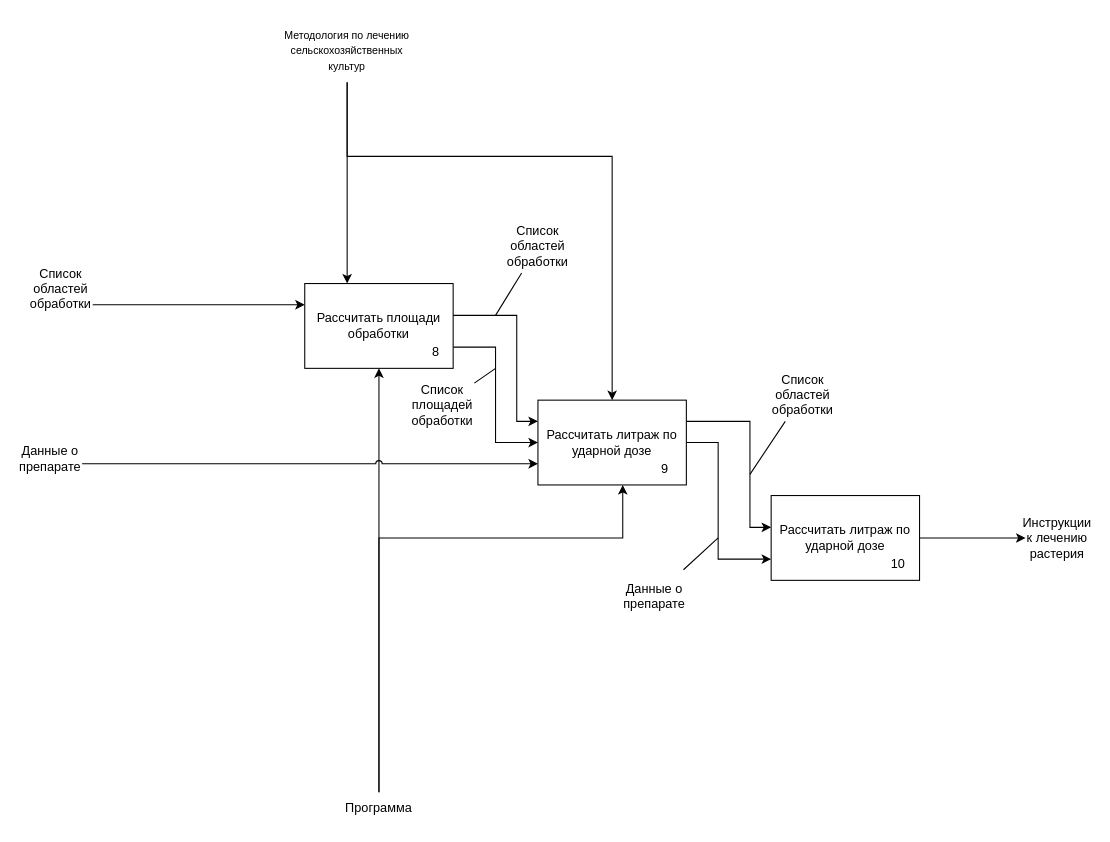
Above: coursework/diagrams/IDEF0_4.drawio in ThomasCharester/KursuchShop (draw.io), before the change. Source tidied: cells renumbered, new cells numbered last; positions are measured from the earlier drawing's top-left corner, leaving out a move shared by most shapes. Both pictures are drawn from the tidied source at 106%, with x=0, y=0 at pixel (18, 18).
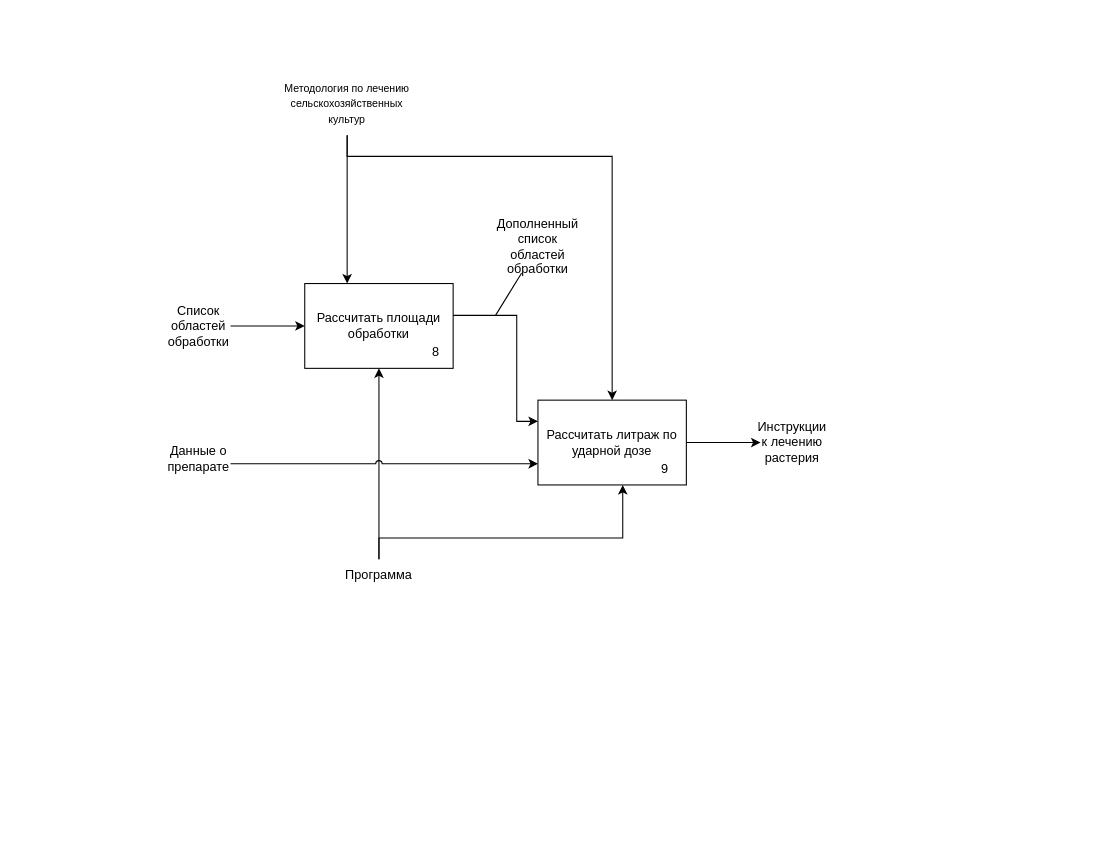
Above is the later version.

Unchanged cells that the change refers to:
```xml
<mxCell id="15" value="Рассчитать площади обработки" style="rounded=0;whiteSpace=wrap;html=1;" parent="1" vertex="1">
  <mxGeometry x="270" y="250" width="140" height="80" as="geometry" />
</mxCell>
<mxCell id="19" value="Рассчитать литраж по ударной дозе" style="rounded=0;whiteSpace=wrap;html=1;" parent="1" vertex="1">
  <mxGeometry x="490" y="360" width="140" height="80" as="geometry" />
</mxCell>
```

What changed in the source:
```diff
@@
     <mxCell id="4" value="&lt;font style=&quot;font-size: 10px;&quot;&gt;Методология по лечению сельскохозяйственных культур&lt;/font&gt;" style="text;html=1;align=center;verticalAlign=middle;whiteSpace=wrap;rounded=0;" parent="1" vertex="1">
-      <mxGeometry x="250" width="120" height="60" as="geometry" />
+      <mxGeometry x="250" y="50" width="120" height="60" as="geometry" />
     </mxCell>
@@
     <mxCell id="7" value="Программа" style="text;html=1;align=center;verticalAlign=middle;whiteSpace=wrap;rounded=0;" parent="1" vertex="1">
-      <mxGeometry x="310" y="730" width="60" height="30" as="geometry" />
+      <mxGeometry x="310" y="510" width="60" height="30" as="geometry" />
     </mxCell>
-    <mxCell id="8" value="Список областей обработки" style="text;html=1;align=center;verticalAlign=middle;whiteSpace=wrap;rounded=0;" parent="1" vertex="1">
-      <mxGeometry x="710" y="330" width="60" height="50" as="geometry" />
-    </mxCell>
-    <mxCell id="9" value="Данные о препарате" style="text;html=1;align=center;verticalAlign=middle;whiteSpace=wrap;rounded=0;" parent="1" vertex="1">
-      <mxGeometry x="570" y="520" width="60" height="50" as="geometry" />
-    </mxCell>
@@
     <mxCell id="11" value="Данные о препарате" style="text;html=1;align=center;verticalAlign=middle;whiteSpace=wrap;rounded=0;" parent="1" vertex="1">
-      <mxGeometry y="390" width="60" height="50" as="geometry" />
+      <mxGeometry x="140" y="390" width="60" height="50" as="geometry" />
     </mxCell>
     <mxCell id="12" style="edgeStyle=orthogonalEdgeStyle;rounded=0;jettySize=auto;html=1;" parent="1" edge="1" source="17" target="15">
       <mxGeometry relative="1" as="geometry">
         <Array as="points">
-          <mxPoint x="230" y="270" />
-          <mxPoint x="230" y="270" />
+          <mxPoint x="220" y="290" />
+          <mxPoint x="220" y="290" />
         </Array>
       </mxGeometry>
     </mxCell>
-    <mxCell id="13" style="edgeStyle=orthogonalEdgeStyle;rounded=0;jettySize=auto;html=1;" parent="1" edge="1" source="15" target="19">
-      <mxGeometry relative="1" as="geometry">
-        <Array as="points">
-          <mxPoint x="450" y="310" />
-          <mxPoint x="450" y="400" />
-        </Array>
-      </mxGeometry>
-    </mxCell>
-    <mxCell id="14" style="edgeStyle=orthogonalEdgeStyle;rounded=0;jettySize=auto;html=1;" parent="1" edge="1" source="19" target="27">
-      <mxGeometry relative="1" as="geometry">
-        <Array as="points">
-          <mxPoint x="660" y="400" />
-          <mxPoint x="660" y="510" />
-        </Array>
-      </mxGeometry>
-    </mxCell>
@@
     <mxCell id="17" value="Список областей обработки" style="text;html=1;align=center;verticalAlign=middle;whiteSpace=wrap;rounded=0;" parent="1" vertex="1">
-      <mxGeometry x="10" y="230" width="60" height="50" as="geometry" />
+      <mxGeometry x="140" y="265" width="60" height="50" as="geometry" />
     </mxCell>
-    <mxCell id="18" style="edgeStyle=orthogonalEdgeStyle;rounded=0;jettySize=auto;html=1;" parent="1" edge="1" source="19" target="27">
-      <mxGeometry relative="1" as="geometry">
-        <Array as="points">
-          <mxPoint x="690" y="380" />
-          <mxPoint x="690" y="480" />
-        </Array>
-      </mxGeometry>
-    </mxCell>
@@
-    <mxCell id="21" value="Список областей обработки" style="text;html=1;align=center;verticalAlign=middle;whiteSpace=wrap;rounded=0;" parent="1" vertex="1">
+    <mxCell id="21" value="Дополненный список областей обработки" style="text;html=1;align=center;verticalAlign=middle;whiteSpace=wrap;rounded=0;" parent="1" vertex="1">
       <mxGeometry x="460" y="190" width="60" height="50" as="geometry" />
     </mxCell>
@@
-    <mxCell id="24" value="Список площадей обработки" style="text;html=1;align=center;verticalAlign=middle;whiteSpace=wrap;rounded=0;" parent="1" vertex="1">
-      <mxGeometry x="370" y="340" width="60" height="50" as="geometry" />
-    </mxCell>
-    <mxCell id="25" style="endArrow=none;html=1;rounded=0;" parent="1" edge="1" source="24">
-      <mxGeometry relative="1" as="geometry">
-        <mxPoint x="450" y="330" as="targetPoint" />
-      </mxGeometry>
-    </mxCell>
-    <mxCell id="26" style="edgeStyle=orthogonalEdgeStyle;rounded=0;jettySize=auto;html=1;" parent="1" edge="1" source="27" target="31">
+    <mxCell id="26" style="edgeStyle=orthogonalEdgeStyle;rounded=0;jettySize=auto;html=1;" parent="1" edge="1" source="19" target="31">
       <mxGeometry relative="1" as="geometry" />
     </mxCell>
-    <mxCell id="27" value="Рассчитать литраж по ударной дозе" style="rounded=0;whiteSpace=wrap;html=1;" parent="1" vertex="1">
-      <mxGeometry x="710" y="450" width="140" height="80" as="geometry" />
-    </mxCell>
-    <mxCell id="28" value="10" style="text;html=1;align=center;verticalAlign=middle;whiteSpace=wrap;rounded=0;" parent="1" vertex="1">
-      <mxGeometry x="800" y="500" width="60" height="30" as="geometry" />
-    </mxCell>
-    <mxCell id="29" style="endArrow=none;html=1;rounded=0;" parent="1" edge="1" source="9">
-      <mxGeometry relative="1" as="geometry">
-        <mxPoint x="660" y="490" as="targetPoint" />
-      </mxGeometry>
-    </mxCell>
-    <mxCell id="30" style="endArrow=none;html=1;rounded=0;" parent="1" edge="1" target="8">
-      <mxGeometry relative="1" as="geometry">
-        <mxPoint x="690" y="430" as="sourcePoint" />
-      </mxGeometry>
-    </mxCell>
     <mxCell id="31" value="Инструкции к лечению растерия" style="text;html=1;align=center;verticalAlign=middle;whiteSpace=wrap;rounded=0;" parent="1" vertex="1">
-      <mxGeometry x="950" y="465" width="60" height="50" as="geometry" />
+      <mxGeometry x="700" y="375" width="60" height="50" as="geometry" />
     </mxCell>
```
